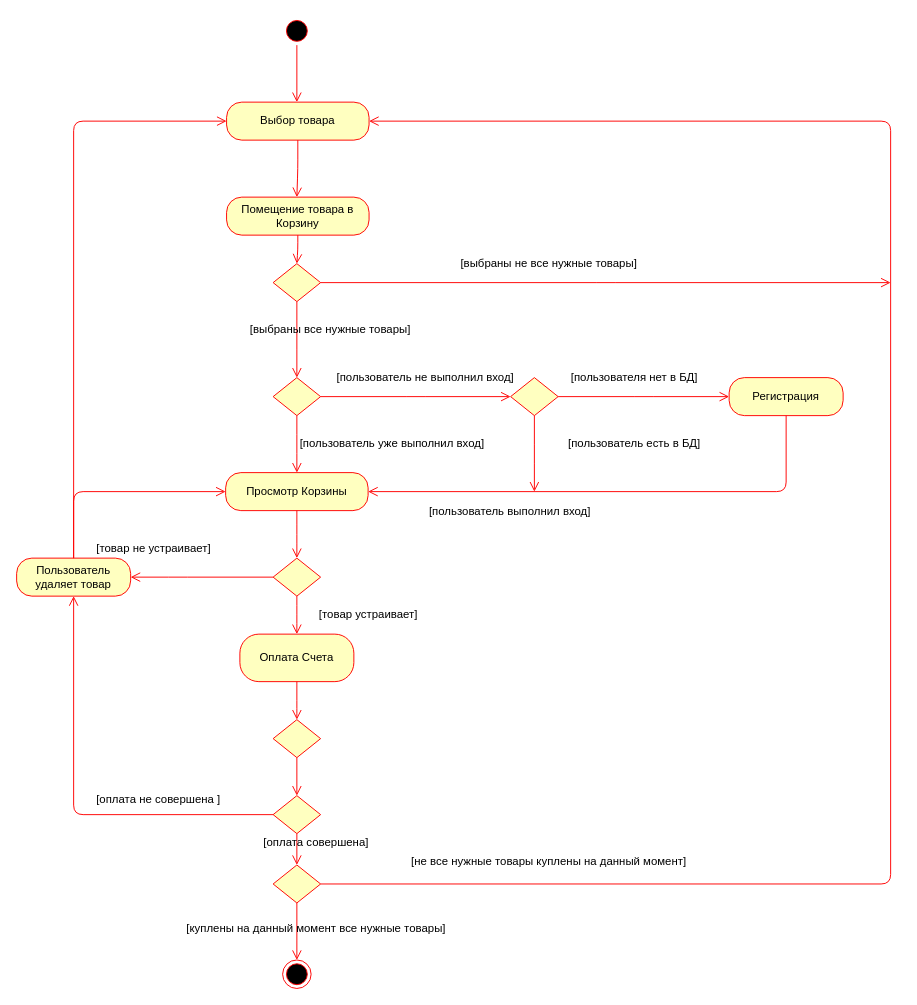
Earlier version of the draw.io diagram src/lesson13/task02/InternetShop_ActivityDiagram.drawio (MangutovaAlina/part1). Source tidied: cells renumbered, new cells numbered last; positions are measured from the earlier drawing's top-left corner, leaving out a move shared by most shapes. Both pictures are drawn from the tidied source at 95%, with x=0, y=0 at pixel (16, 16).
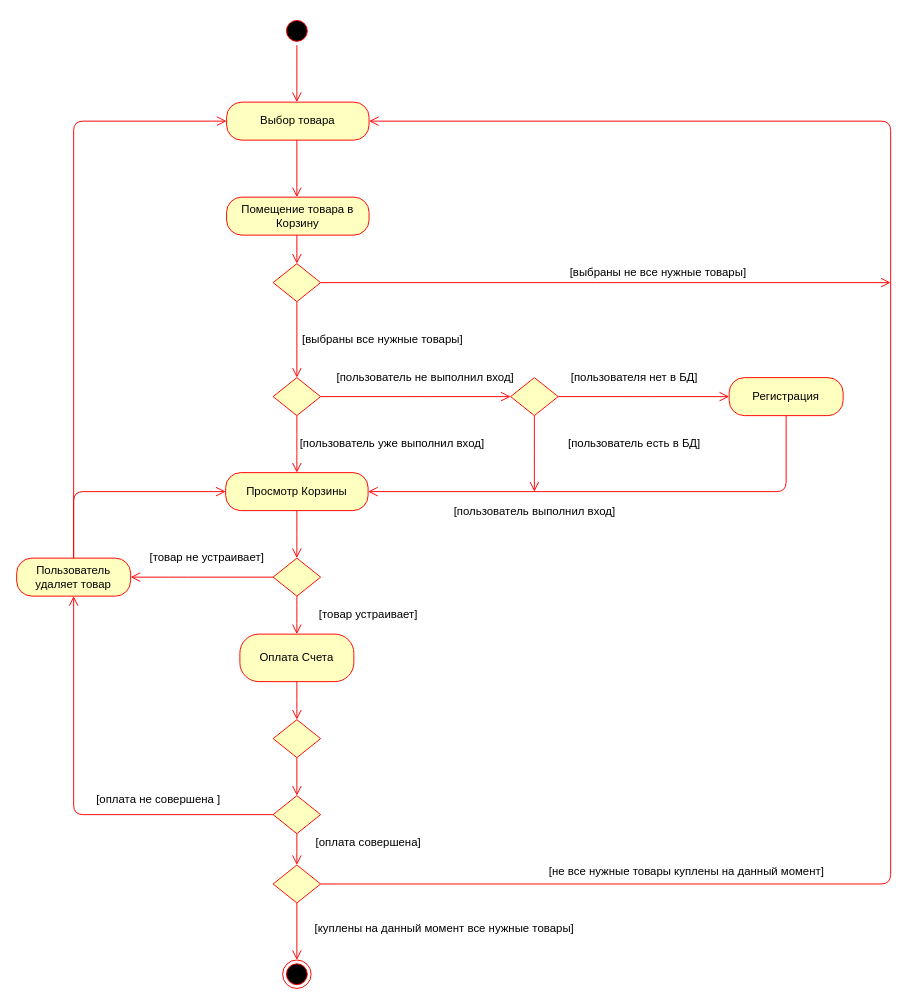
After the change.

The change refers to these unchanged cells:
```xml
<mxCell id="2" style="ellipse;html=1;shape=startState;fillColor=#000000;strokeColor=#ff0000;" parent="1" vertex="1">
  <mxGeometry x="280" width="30" height="30" as="geometry" />
</mxCell>
<mxCell id="4" value="Выбор товара" style="rounded=1;whiteSpace=wrap;html=1;arcSize=40;fontColor=#000000;fillColor=#ffffc0;strokeColor=#ff0000;" parent="1" vertex="1">
  <mxGeometry x="221" y="90" width="150" height="40" as="geometry" />
</mxCell>
<mxCell id="6" value="Помещение товара в Корзину" style="rounded=1;whiteSpace=wrap;html=1;arcSize=40;fontColor=#000000;fillColor=#ffffc0;strokeColor=#ff0000;" parent="1" vertex="1">
  <mxGeometry x="221" y="190" width="150" height="40" as="geometry" />
</mxCell>
```

Change to the diagram source:
```diff
@@
-    <mxCell id="3" style="edgeStyle=orthogonalEdgeStyle;html=1;verticalAlign=bottom;endArrow=open;endSize=8;strokeColor=#ff0000;" parent="1" edge="1">
+    <mxCell id="3" style="edgeStyle=orthogonalEdgeStyle;html=1;verticalAlign=bottom;endArrow=open;endSize=8;strokeColor=#ff0000;" parent="1" edge="1" source="2">
       <mxGeometry relative="1" as="geometry">
-        <mxPoint x="295" y="30" as="sourcePoint" />
         <mxPoint x="295" y="90" as="targetPoint" />
       </mxGeometry>
     </mxCell>
@@
     <mxCell id="5" style="edgeStyle=orthogonalEdgeStyle;html=1;verticalAlign=bottom;endArrow=open;endSize=8;strokeColor=#ff0000;" parent="1" edge="1" source="4">
       <mxGeometry relative="1" as="geometry">
         <mxPoint x="295" y="190" as="targetPoint" />
+        <Array as="points">
+          <mxPoint x="295" y="130" />
+          <mxPoint x="295" y="130" />
+        </Array>
       </mxGeometry>
     </mxCell>
@@
     <mxCell id="7" style="edgeStyle=orthogonalEdgeStyle;html=1;verticalAlign=bottom;endArrow=open;endSize=8;strokeColor=#ff0000;" parent="1" edge="1" source="6">
       <mxGeometry relative="1" as="geometry">
         <mxPoint x="295" y="260" as="targetPoint" />
+        <Array as="points">
+          <mxPoint x="296" y="260" />
+        </Array>
       </mxGeometry>
     </mxCell>
@@
     <mxCell id="18" value="[выбраны все нужные товары]" style="text;html=1;align=center;verticalAlign=middle;" parent="1" vertex="1">
-      <mxGeometry x="235" y="320" width="190" height="20" as="geometry" />
+      <mxGeometry x="290" y="330" width="190" height="20" as="geometry" />
     </mxCell>
     <mxCell id="19" value="[выбраны не все нужные товары]" style="text;html=1;align=center;verticalAlign=middle;" parent="1" vertex="1">
-      <mxGeometry x="460" y="250" width="200" height="20" as="geometry" />
+      <mxGeometry x="575" y="260" width="200" height="20" as="geometry" />
     </mxCell>
@@
     <mxCell id="27" value="[пользователь выполнил вход]" style="text;html=1;align=center;verticalAlign=middle;fontColor=none;" parent="1" vertex="1">
-      <mxGeometry x="424" y="511" width="190" height="20" as="geometry" />
+      <mxGeometry x="450" y="511" width="190" height="20" as="geometry" />
     </mxCell>
     <mxCell id="28" value="[товар не устраивает]" style="text;html=1;align=center;verticalAlign=middle;fontColor=none;" parent="1" vertex="1">
-      <mxGeometry x="74" y="550" width="140" height="20" as="geometry" />
+      <mxGeometry x="130" y="560" width="140" height="20" as="geometry" />
     </mxCell>
@@
     <mxCell id="42" value="[оплата совершена]" style="text;html=1;align=center;verticalAlign=middle;fontColor=none;" parent="1" vertex="1">
-      <mxGeometry x="250" y="860" width="130" height="20" as="geometry" />
+      <mxGeometry x="305" y="860" width="130" height="20" as="geometry" />
     </mxCell>
@@
     <mxCell id="46" value="[куплены на данный момент все нужные товары]" style="text;html=1;align=center;verticalAlign=middle;fontColor=none;" parent="1" vertex="1">
-      <mxGeometry x="170" y="950" width="290" height="20" as="geometry" />
+      <mxGeometry x="305" y="950" width="290" height="20" as="geometry" />
     </mxCell>
@@
     <mxCell id="48" value="[не все нужные товары куплены на данный момент]" style="text;html=1;align=center;verticalAlign=middle;fontColor=none;" parent="1" vertex="1">
-      <mxGeometry x="405" y="880" width="310" height="20" as="geometry" />
+      <mxGeometry x="550" y="890" width="310" height="20" as="geometry" />
     </mxCell>
```
